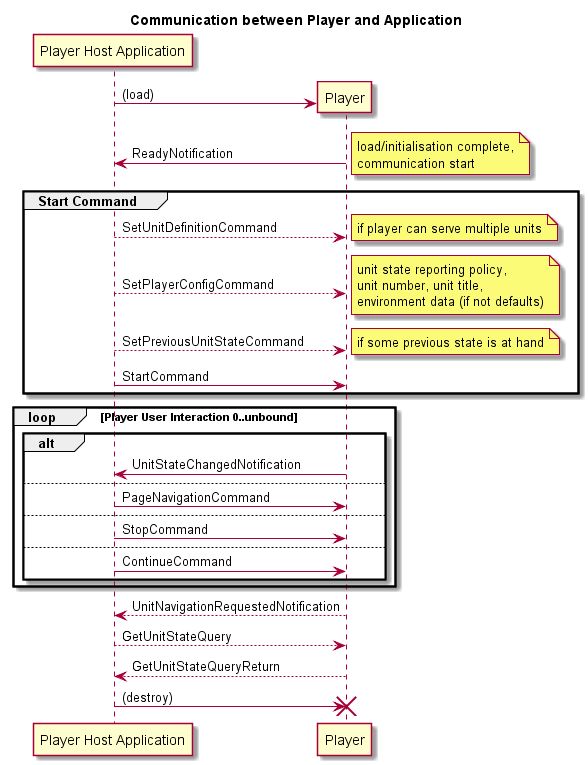
Above: model/png/interfaceModel.png in verona-interfaces/player (PlantUML), before the change.
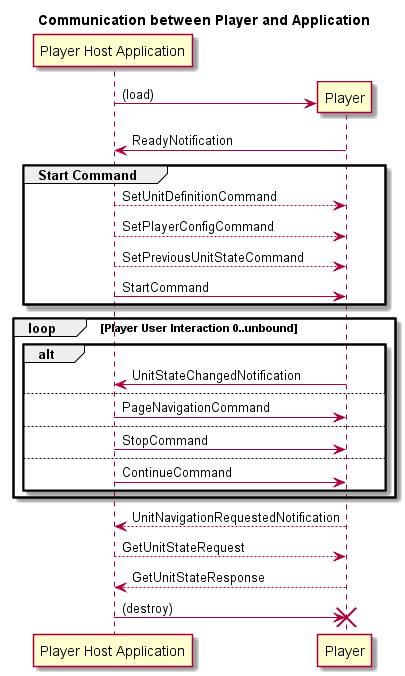
After the change.

The edit, as a diff of the source:
```diff
@@ -5,26 +5,11 @@
 create Player
 app -> Player: (load)
 Player -> app: ReadyNotification
-note right
-    load/initialisation complete,
-    communication start
-end note
 
 group Start Command
     app --> Player: SetUnitDefinitionCommand
-    note right
-        if player can serve multiple units
-    end note
     app --> Player: SetPlayerConfigCommand
-    note right
-        unit state reporting policy,
-        unit number, unit title,
-        environment data (if not defaults)
-    end note
     app --> Player: SetPreviousUnitStateCommand
-    note right
-        if some previous state is at hand
-    end note
 
     app -> Player: StartCommand
 end
@@ -42,8 +27,8 @@
 end
 
 Player --> app: UnitNavigationRequestedNotification
-app --> Player: GetUnitStateQuery
-Player --> app: GetUnitStateQueryReturn
+app --> Player: GetUnitStateRequest
+Player --> app: GetUnitStateResponse
 
 app -> Player: (destroy)
 destroy Player
```
